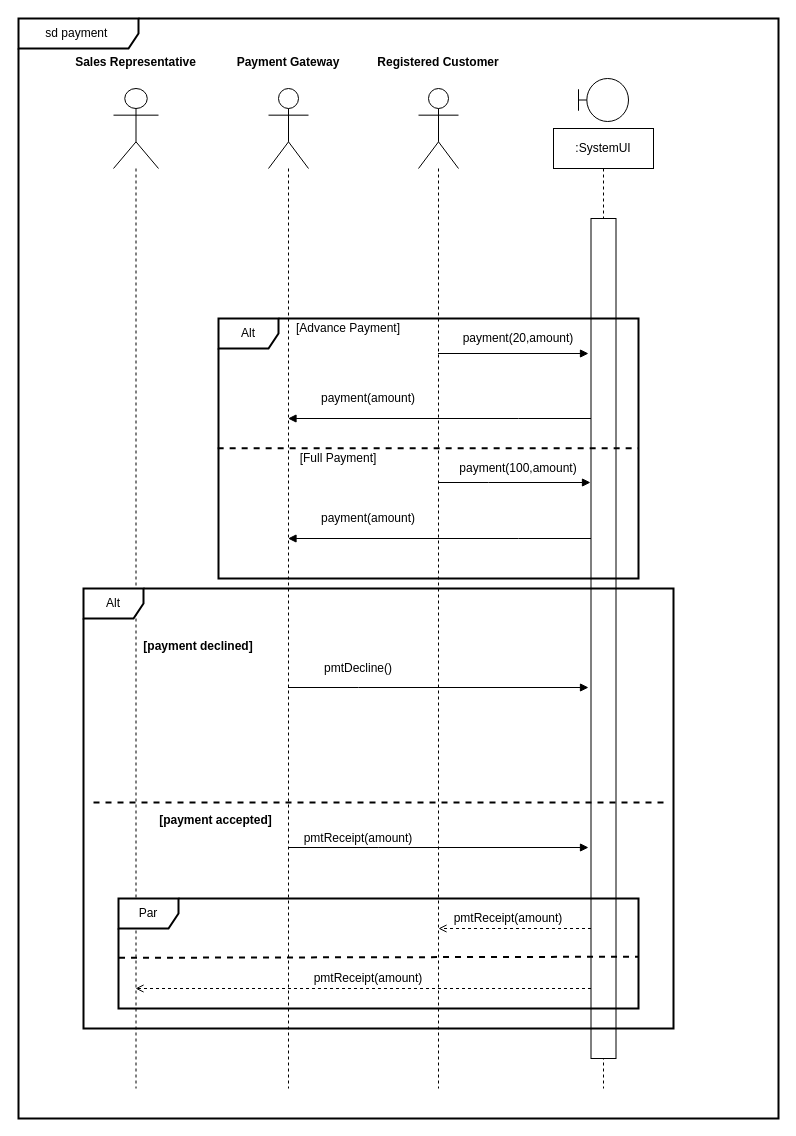
This is Projects/Software Engineering/Payment System - Copy.drawio from IT21003332/Y2S1, a draw.io file, before an edit. Source tidied: cells renumbered, new cells numbered last; positions are measured from the earlier drawing's top-left corner, leaving out a move shared by most shapes. Both pictures are drawn from the tidied source at 100%, with x=0, y=0 at pixel (18, 18).
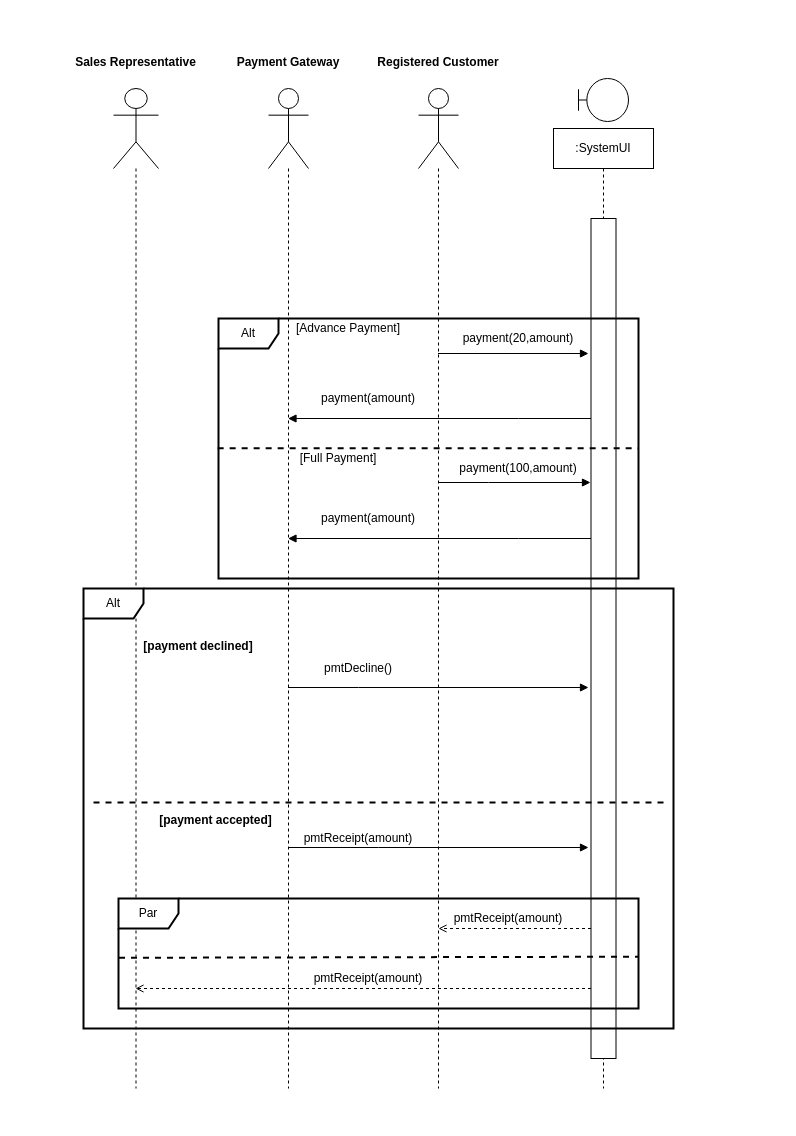
The same page after the edit.

Change to the diagram source:
```diff
@@
-    <mxCell id="33" value="sd payment&amp;nbsp;" style="shape=umlFrame;whiteSpace=wrap;html=1;strokeWidth=2;width=120;height=30;" parent="1" vertex="1">
-      <mxGeometry width="760" height="1100" as="geometry" />
-    </mxCell>
```
